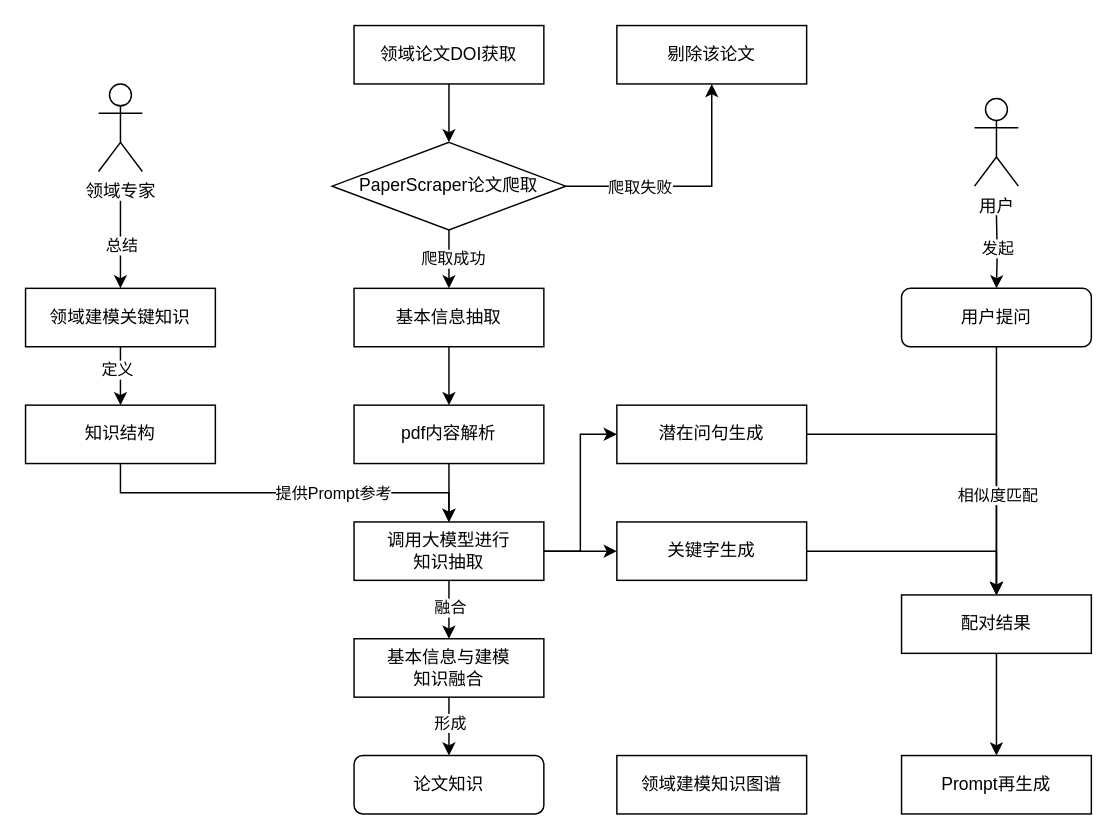
Earlier version of the draw.io diagram 未命名绘图.drawio (MpLebron/DrawRepo). Source tidied: cells renumbered, new cells numbered last; positions are measured from the earlier drawing's top-left corner, leaving out a move shared by most shapes. Both pictures are drawn from the tidied source at 146%, with x=0, y=0 at pixel (25, 25).
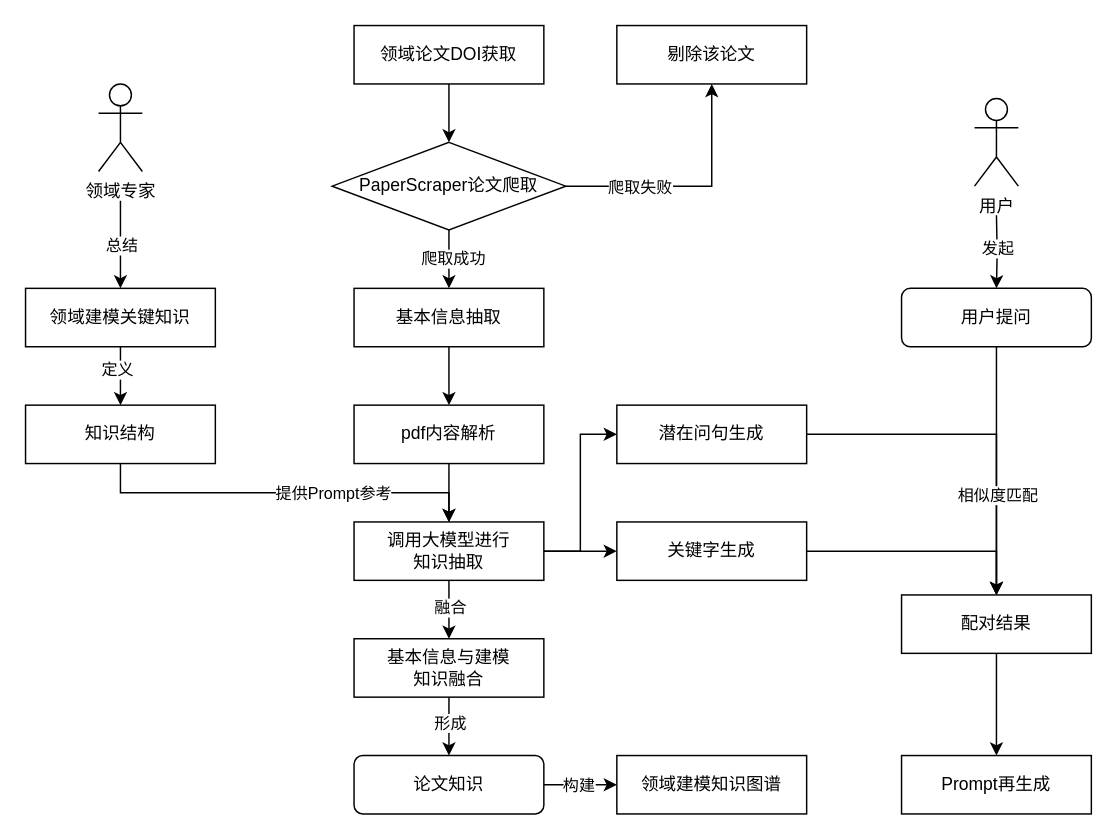
The same page after the edit.

Commit message:
未命名绘图.drawio

Unchanged cells that the change refers to:
```xml
<mxCell id="30" value="论文知识" style="rounded=1;whiteSpace=wrap;html=1;" parent="1" vertex="1">
  <mxGeometry x="225" y="500" width="130" height="40" as="geometry" />
</mxCell>
<mxCell id="32" value="领域建模知识图谱" style="rounded=0;whiteSpace=wrap;html=1;" parent="1" vertex="1">
  <mxGeometry x="405" y="500" width="130" height="40" as="geometry" />
</mxCell>
```

What changed in the source:
```diff
@@
+    <mxCell id="46" style="edgeStyle=orthogonalEdgeStyle;rounded=0;jettySize=auto;html=1;exitX=1;exitY=0.5;exitDx=0;exitDy=0;entryX=0;entryY=0.5;entryDx=0;entryDy=0;" parent="1" edge="1" source="30" target="32">
+      <mxGeometry relative="1" as="geometry" />
+    </mxCell>
+    <mxCell id="47" value="构建" style="edgeLabel;html=1;align=center;verticalAlign=middle;" parent="46" vertex="1">
+      <mxGeometry x="-0.08" relative="1" as="geometry" />
+    </mxCell>
```
